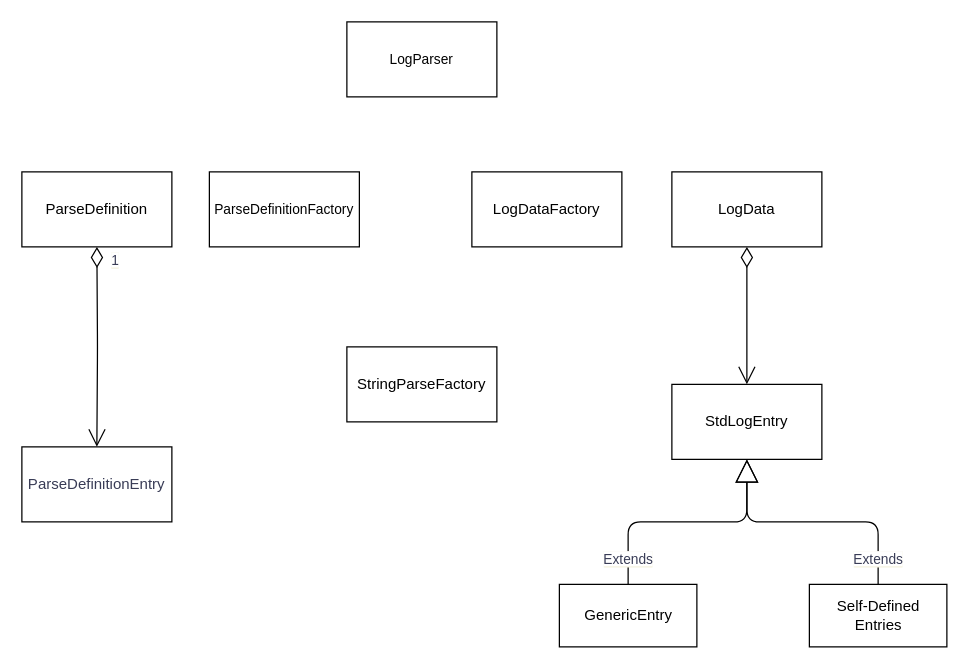
Above: page "Classes" (1 of 3) of diagrams/Log_Parser.drawio in adobe/log-parser (draw.io), before the change. Source tidied: cells renumbered, new cells numbered last; positions are measured from the earlier drawing's top-left corner, leaving out a move shared by most shapes. Both pictures are drawn from the tidied source at 125%, with x=0, y=0 at pixel (21, 21).
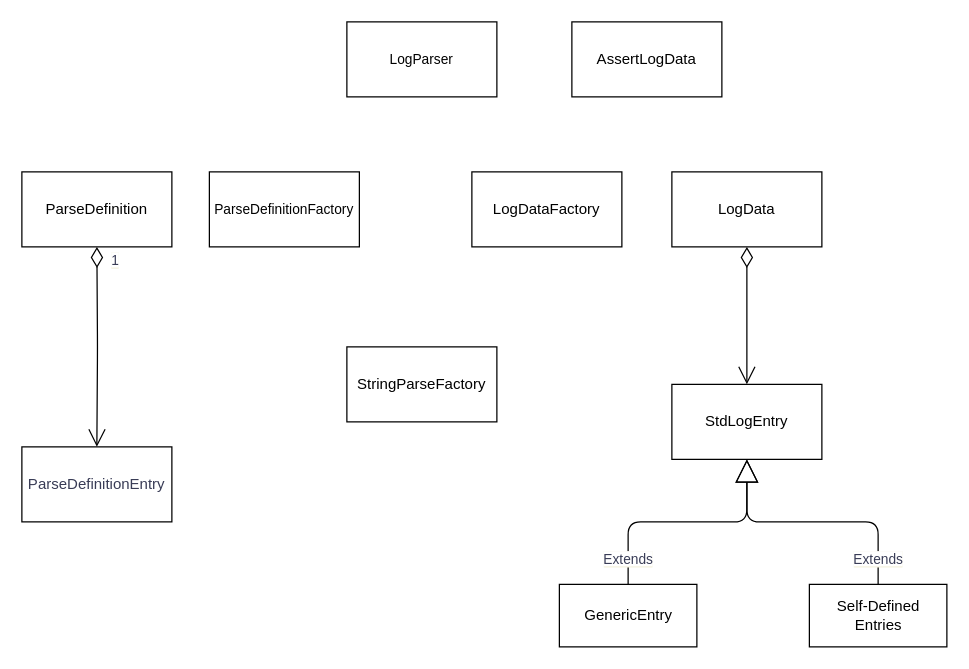
Above is the later version.

The edit, as a diff of the source:
```diff
@@
 <mxGraphModel background="#FFFFFF">
   <root>
     <mxCell id="0" />
     <mxCell id="1" parent="0" />
     <mxCell id="2" value="ParseDefinition" style="rounded=0;whiteSpace=wrap;html=1;" parent="1" vertex="1">
       <mxGeometry y="120" width="120" height="60" as="geometry" />
     </mxCell>
     <mxCell id="3" value="ParseDefinitionEntry" style="rounded=0;whiteSpace=wrap;html=1;fontColor=#393C56;fillColor=#FFFFFF;" parent="1" vertex="1">
       <mxGeometry y="340" width="120" height="60" as="geometry" />
     </mxCell>
     <mxCell id="4" value="1" style="endArrow=open;html=1;endSize=12;startArrow=diamondThin;startSize=14;startFill=0;edgeStyle=orthogonalEdgeStyle;align=left;verticalAlign=bottom;exitX=0.5;exitY=1;exitDx=0;exitDy=0;labelBackgroundColor=#F4F1DE;fontColor=#393C56;" parent="1" edge="1" source="7" target="8">
       <mxGeometry x="-1" y="3" relative="1" as="geometry" />
     </mxCell>
     <mxCell id="5" value="&lt;span style=&quot;background-color: rgb(255 , 255 , 255)&quot;&gt;1&lt;/span&gt;" style="endArrow=open;html=1;endSize=12;startArrow=diamondThin;startSize=14;startFill=0;edgeStyle=orthogonalEdgeStyle;align=left;verticalAlign=bottom;entryX=0.5;entryY=0;entryDx=0;entryDy=0;labelBackgroundColor=#F4F1DE;fontColor=#393C56;" parent="1" edge="1" target="3">
       <mxGeometry x="-0.75" y="10" relative="1" as="geometry">
         <mxPoint x="60" y="180" as="sourcePoint" />
       </mxGeometry>
     </mxCell>
     <mxCell id="6" value="StringParseFactory" style="rounded=0;whiteSpace=wrap;html=1;" parent="1" vertex="1">
       <mxGeometry x="260" y="260" width="120" height="60" as="geometry" />
     </mxCell>
     <mxCell id="7" value="LogData" style="rounded=0;whiteSpace=wrap;html=1;" parent="1" vertex="1">
       <mxGeometry x="520" y="120" width="120" height="60" as="geometry" />
     </mxCell>
     <mxCell id="8" value="StdLogEntry" style="rounded=0;whiteSpace=wrap;html=1;" parent="1" vertex="1">
       <mxGeometry x="520" y="290" width="120" height="60" as="geometry" />
     </mxCell>
     <mxCell id="9" value="&lt;span style=&quot;background-color: rgb(255 , 255 , 255)&quot;&gt;Extends&lt;/span&gt;" style="endArrow=block;endSize=16;endFill=0;html=1;entryX=0.5;entryY=1;entryDx=0;entryDy=0;exitX=0.5;exitY=0;exitDx=0;exitDy=0;edgeStyle=orthogonalEdgeStyle;labelBackgroundColor=#F4F1DE;fontColor=#393C56;" parent="1" edge="1" source="11" target="8">
       <mxGeometry x="-0.8" relative="1" as="geometry" />
     </mxCell>
     <mxCell id="10" value="GenericEntry" style="html=1;" parent="1" vertex="1">
       <mxGeometry x="430" y="450" width="110" height="50" as="geometry" />
     </mxCell>
     <mxCell id="11" value="Self-Defined &lt;br&gt;Entries" style="html=1;" parent="1" vertex="1">
       <mxGeometry x="630" y="450" width="110" height="50" as="geometry" />
     </mxCell>
     <mxCell id="12" value="&lt;span style=&quot;background-color: rgb(255 , 255 , 255)&quot;&gt;Extends&lt;/span&gt;" style="endArrow=block;endSize=16;endFill=0;html=1;exitX=0.5;exitY=0;exitDx=0;exitDy=0;edgeStyle=orthogonalEdgeStyle;labelBackgroundColor=#F4F1DE;fontColor=#393C56;" parent="1" edge="1" source="10">
       <mxGeometry x="-0.79" relative="1" as="geometry">
         <mxPoint x="580" y="350" as="targetPoint" />
         <Array as="points">
           <mxPoint x="485" y="400" />
           <mxPoint x="580" y="400" />
         </Array>
       </mxGeometry>
     </mxCell>
     <mxCell id="13" value="LogDataFactory" style="rounded=0;whiteSpace=wrap;html=1;" parent="1" vertex="1">
       <mxGeometry x="360" y="120" width="120" height="60" as="geometry" />
     </mxCell>
     <mxCell id="14" value="ParseDefinitionFactory" style="rounded=0;whiteSpace=wrap;html=1;labelBackgroundColor=#FFFFFF;strokeColor=#000000;fillColor=#FFFFFF;fontSize=11;align=center;" parent="1" vertex="1">
       <mxGeometry x="150" y="120" width="120" height="60" as="geometry" />
     </mxCell>
     <mxCell id="15" value="LogParser" style="rounded=0;whiteSpace=wrap;html=1;labelBackgroundColor=#FFFFFF;strokeColor=#000000;fillColor=#FFFFFF;fontSize=11;align=center;" parent="1" vertex="1">
       <mxGeometry x="260" width="120" height="60" as="geometry" />
     </mxCell>
+    <mxCell id="16" value="AssertLogData" style="rounded=0;whiteSpace=wrap;html=1;" parent="1" vertex="1">
+      <mxGeometry x="440" width="120" height="60" as="geometry" />
+    </mxCell>
   </root>
 </mxGraphModel>
```
